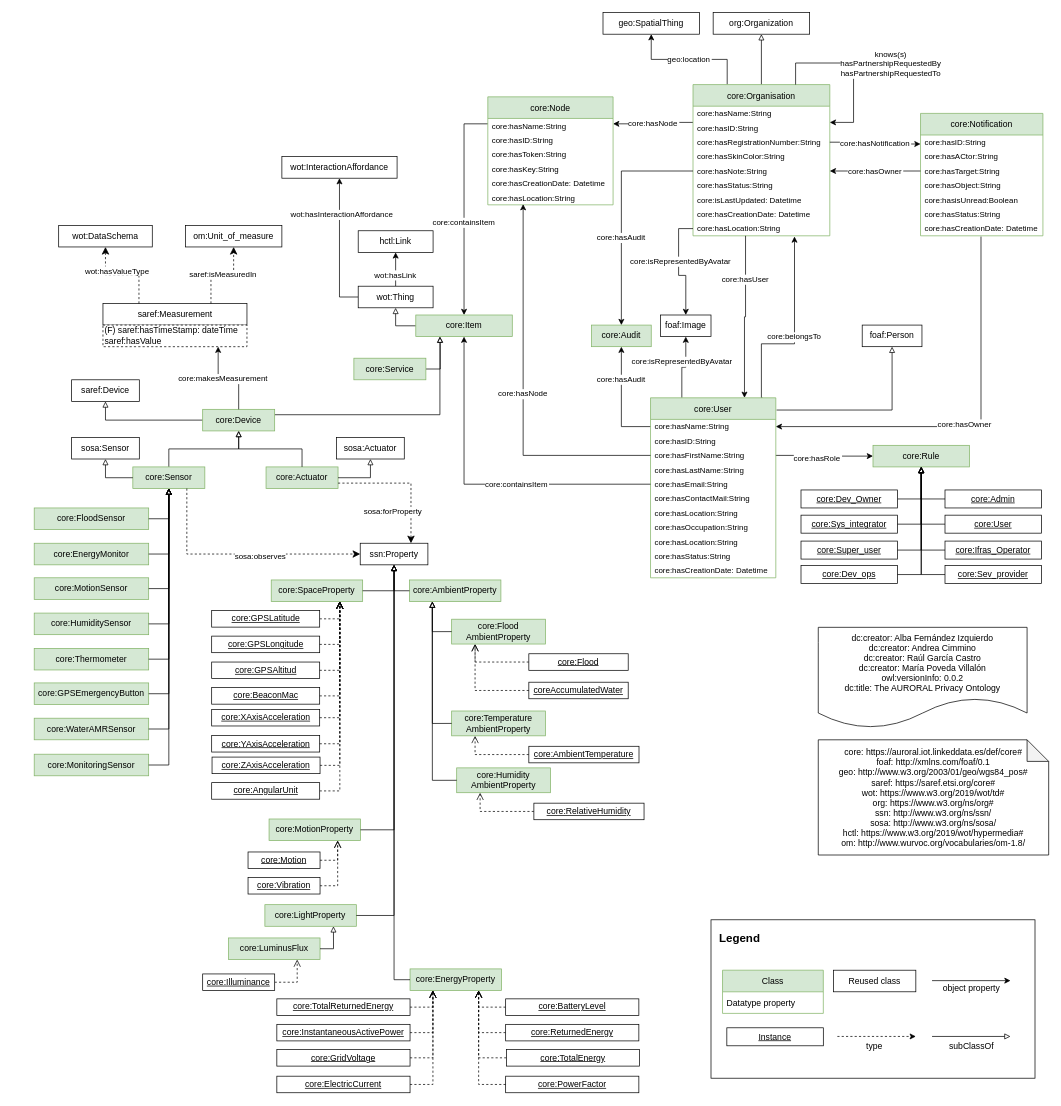
This is diagrams/core.drawio from oeg-upm/auroral-core-ontology, a draw.io file, before an edit. Source tidied: cells renumbered, new cells numbered last; positions are measured from the earlier drawing's top-left corner, leaving out a move shared by most shapes. Both pictures are drawn from the tidied source at 72%, with x=0, y=0 at pixel (34, 12).
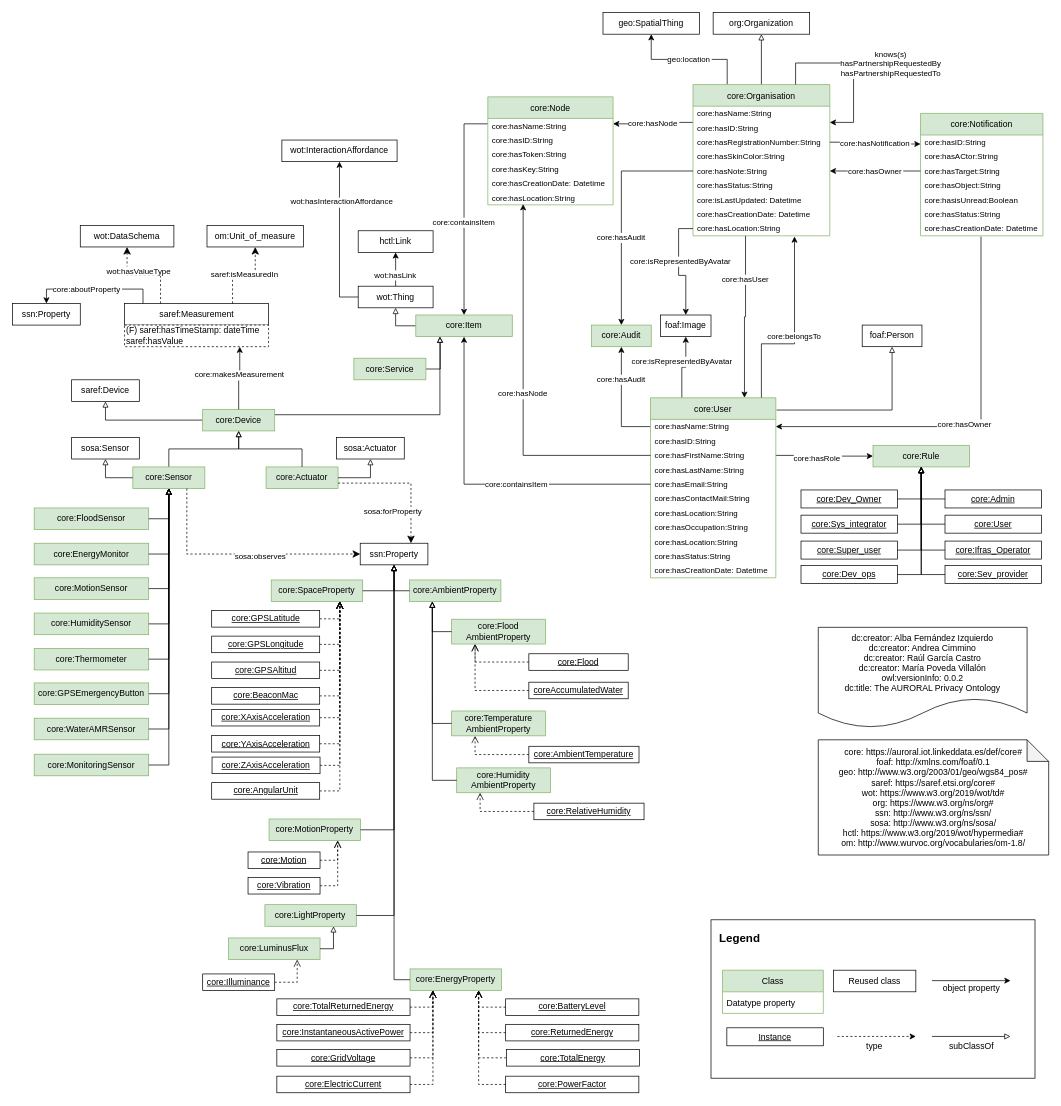
The same page after the edit.

Commit message (it also covers changes not shown here):
added core:aboutProperty fix: #6

addes property between measurment and property

What changed in the source:
```diff
@@
     <mxCell id="59" value="wot:InteractionAffordance" style="rounded=0;whiteSpace=wrap;html=1;" parent="1" vertex="1">
-      <mxGeometry x="344" y="200" width="160" height="30" as="geometry" />
+      <mxGeometry x="344" y="177" width="160" height="30" as="geometry" />
     </mxCell>
@@
     <mxCell id="143" value="om:Unit_of_measure" style="rounded=0;whiteSpace=wrap;html=1;" parent="1" vertex="1">
-      <mxGeometry x="210" y="295.5" width="134" height="30" as="geometry" />
+      <mxGeometry x="240" y="295.5" width="134" height="30" as="geometry" />
     </mxCell>
     <mxCell id="144" value="saref:Measurement" style="rounded=0;whiteSpace=wrap;html=1;" parent="1" vertex="1">
-      <mxGeometry x="95.5" y="404" width="200" height="30" as="geometry" />
+      <mxGeometry x="125.5" y="404" width="200" height="30" as="geometry" />
     </mxCell>
@@
     <mxCell id="147" value="(F) saref:hasTimeStamp: dateTime&lt;br&gt;saref:hasValue" style="rounded=0;whiteSpace=wrap;html=1;snapToPoint=1;points=[[0.1,0],[0.2,0],[0.3,0],[0.4,0],[0.5,0],[0.6,0],[0.7,0],[0.8,0],[0.9,0],[0,0.1],[0,0.3],[0,0.5],[0,0.7],[0,0.9],[0.1,1],[0.2,1],[0.3,1],[0.4,1],[0.5,1],[0.6,1],[0.7,1],[0.8,1],[0.9,1],[1,0.1],[1,0.3],[1,0.5],[1,0.7],[1,0.9]];dashed=1;align=left;" parent="1" vertex="1">
-      <mxGeometry x="95.5" y="434" width="200" height="30" as="geometry" />
+      <mxGeometry x="125.5" y="434" width="200" height="30" as="geometry" />
     </mxCell>
     <mxCell id="148" value="wot:DataSchema" style="rounded=0;whiteSpace=wrap;html=1;" parent="1" vertex="1">
-      <mxGeometry x="34" y="295.5" width="130" height="30" as="geometry" />
+      <mxGeometry x="64" y="295.5" width="130" height="30" as="geometry" />
     </mxCell>
@@
+    <mxCell id="211" value="ssn:Property" style="rounded=0;whiteSpace=wrap;html=1;" parent="1" vertex="1">
+      <mxGeometry x="-30" y="404" width="94" height="30" as="geometry" />
+    </mxCell>
+    <mxCell id="212" value="core:aboutProperty" style="edgeStyle=orthogonalEdgeStyle;rounded=0;jettySize=auto;exitX=0.128;exitY=0;exitDx=0;exitDy=0;entryX=0.5;entryY=0;entryDx=0;entryDy=0;fontSize=11;endArrow=classic;endFill=1;exitPerimeter=0;" parent="1" edge="1" source="144" target="211">
+      <mxGeometry x="0.13" relative="1" as="geometry" />
+    </mxCell>
```
